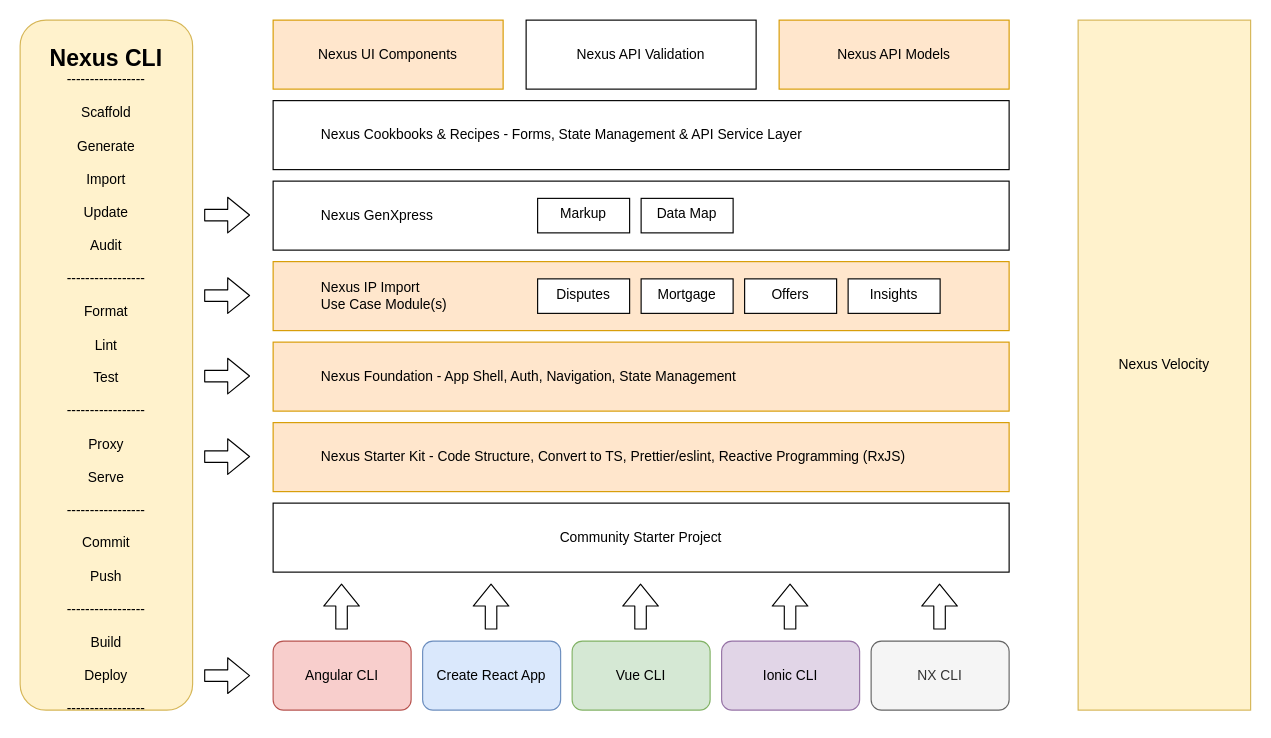
This is Nexus CLI map.drawio from hikumealan/draw-io-diagrams, a draw.io file, before an edit. Source tidied: cells renumbered, new cells numbered last; positions are measured from the earlier drawing's top-left corner, leaving out a move shared by most shapes. Both pictures are drawn from the tidied source at 115%, with x=0, y=0 at pixel (20, 20).
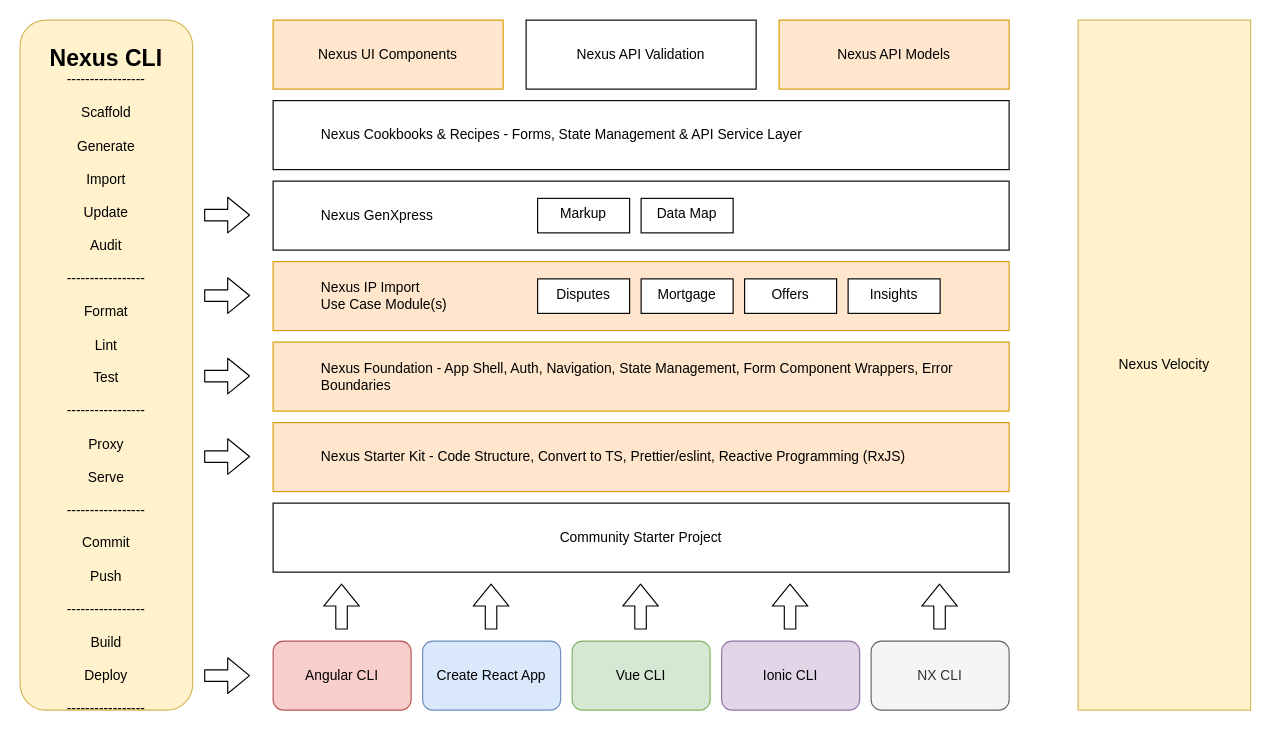
Above is the later version.

What changed in the source:
```diff
@@
-    <mxCell id="8" value="&lt;blockquote style=&quot;margin: 0 0 0 40px ; border: none ; padding: 0px&quot;&gt;Nexus Foundation - App Shell, Auth, Navigation, State Management&lt;/blockquote&gt;" style="rounded=0;whiteSpace=wrap;html=1;fillColor=#ffe6cc;strokeColor=#d79b00;align=left;" parent="1" vertex="1">
+    <mxCell id="8" value="&lt;blockquote style=&quot;margin: 0 0 0 40px ; border: none ; padding: 0px&quot;&gt;Nexus Foundation - App Shell, Auth, Navigation, State Management, Form Component Wrappers, Error Boundaries&lt;/blockquote&gt;" style="rounded=0;whiteSpace=wrap;html=1;fillColor=#ffe6cc;strokeColor=#d79b00;align=left;" parent="1" vertex="1">
       <mxGeometry x="220" y="280" width="640" height="60" as="geometry" />
     </mxCell>
```
